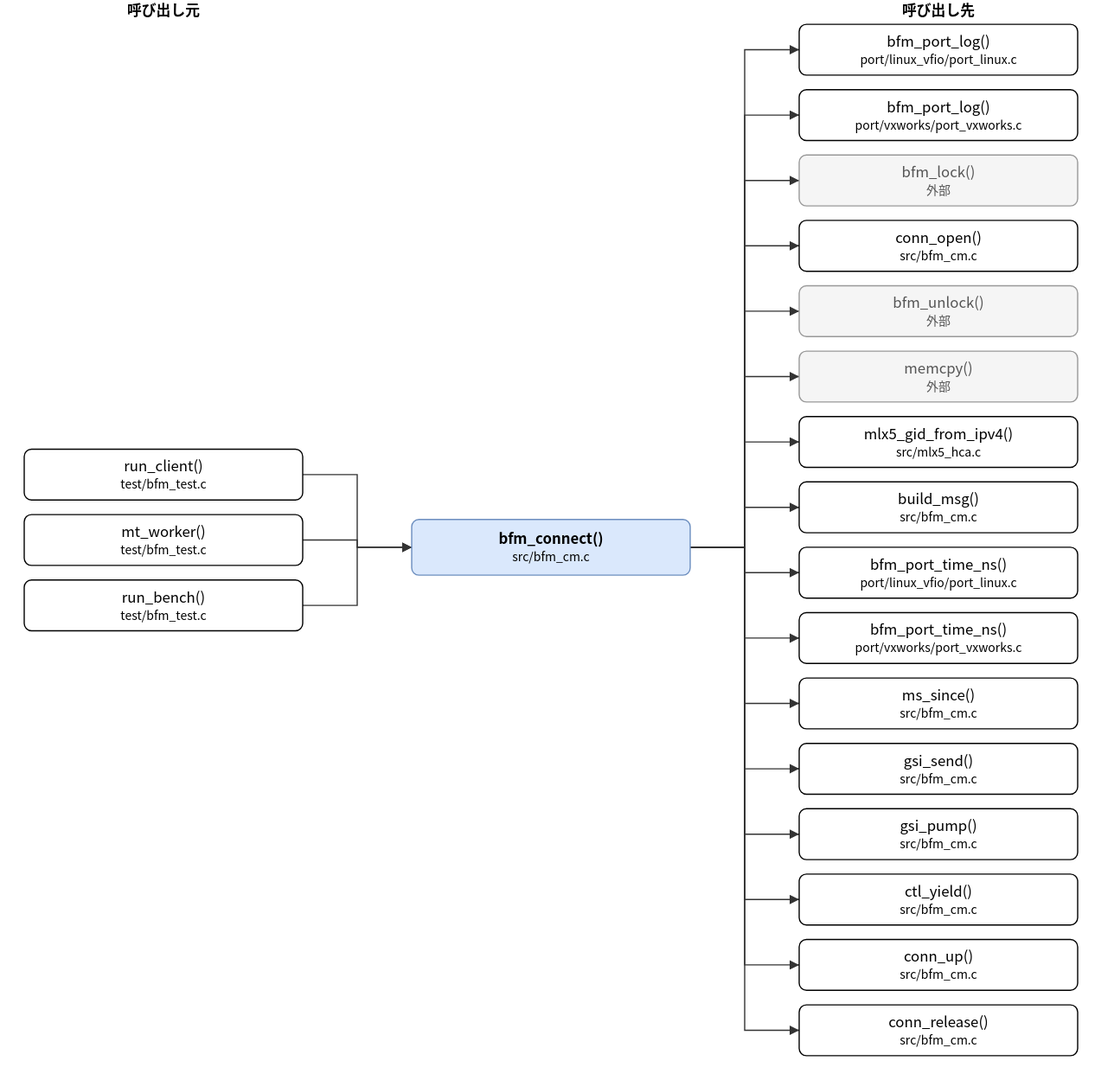
Above: doc/spec/images/call_src_bfm_cm-bfm_connect.drawio.svg in hf355051012-ai/bfmem (draw.io), before the change. Source tidied: cells renumbered, new cells last; positions are measured from the earlier drawing's top-left corner, leaving out a move shared by most shapes.
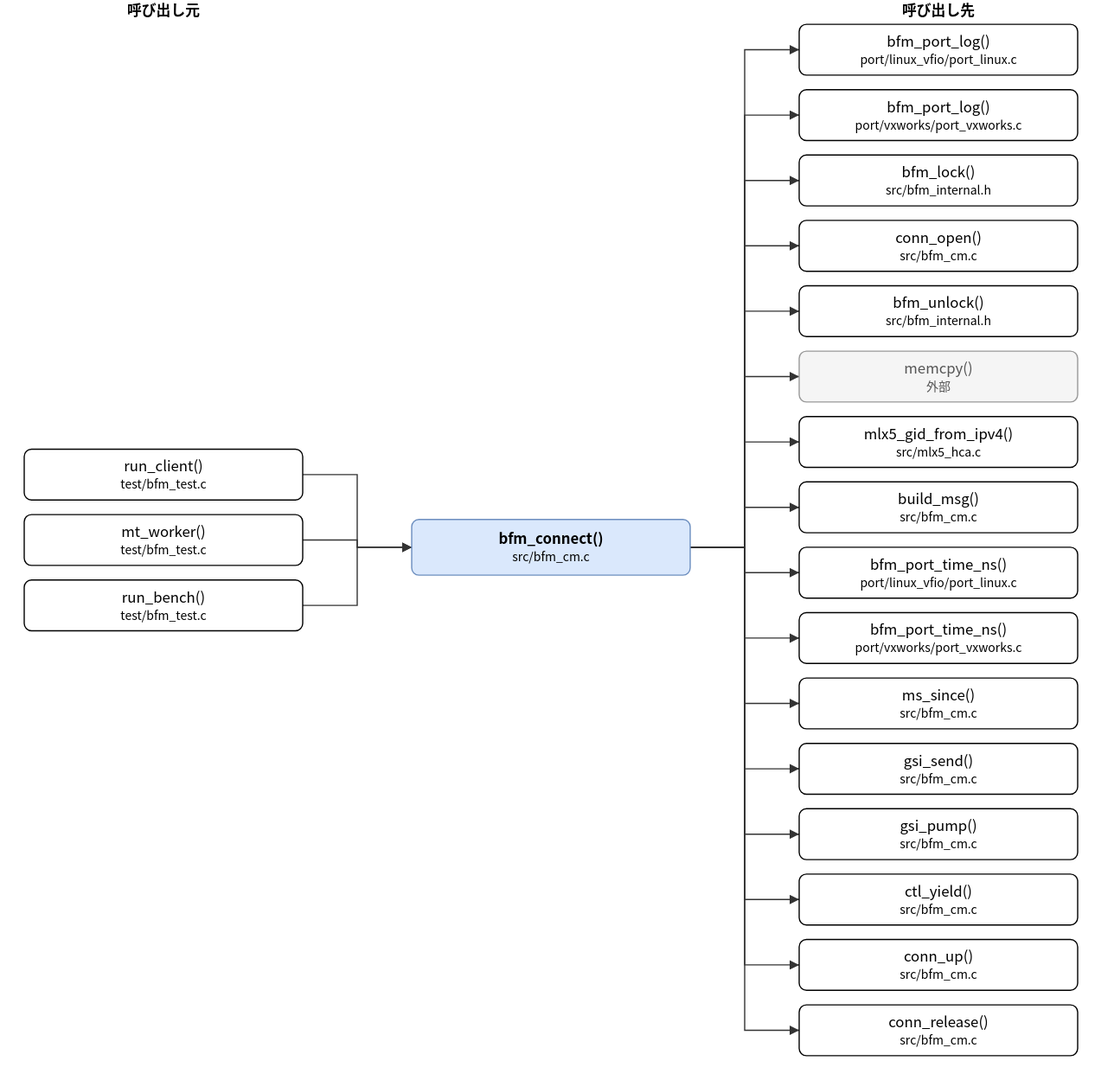
After the change.

Diff of the diagram source:
```diff
@@ -20,13 +20,13 @@
     <mxCell id="7" value="bfm_port_log()&lt;br&gt;&lt;font style=&quot;font-size:10px&quot;&gt;port/vxworks/port_vxworks.c&lt;/font&gt;" style="rounded=1;whiteSpace=wrap;html=1;" parent="1" vertex="1">
       <mxGeometry x="640" y="74" width="230" height="42" as="geometry" />
     </mxCell>
-    <mxCell id="8" value="bfm_lock()&lt;br&gt;&lt;font style=&quot;font-size:10px&quot;&gt;外部&lt;/font&gt;" style="rounded=1;whiteSpace=wrap;html=1;fillColor=#f5f5f5;strokeColor=#999999;fontColor=#555555;" parent="1" vertex="1">
+    <mxCell id="8" value="bfm_lock()&lt;br&gt;&lt;font style=&quot;font-size:10px&quot;&gt;src/bfm_internal.h&lt;/font&gt;" style="rounded=1;whiteSpace=wrap;html=1;" parent="1" vertex="1">
       <mxGeometry x="640" y="128" width="230" height="42" as="geometry" />
     </mxCell>
     <mxCell id="9" value="conn_open()&lt;br&gt;&lt;font style=&quot;font-size:10px&quot;&gt;src/bfm_cm.c&lt;/font&gt;" style="rounded=1;whiteSpace=wrap;html=1;" parent="1" vertex="1">
       <mxGeometry x="640" y="182" width="230" height="42" as="geometry" />
     </mxCell>
-    <mxCell id="10" value="bfm_unlock()&lt;br&gt;&lt;font style=&quot;font-size:10px&quot;&gt;外部&lt;/font&gt;" style="rounded=1;whiteSpace=wrap;html=1;fillColor=#f5f5f5;strokeColor=#999999;fontColor=#555555;" parent="1" vertex="1">
+    <mxCell id="10" value="bfm_unlock()&lt;br&gt;&lt;font style=&quot;font-size:10px&quot;&gt;src/bfm_internal.h&lt;/font&gt;" style="rounded=1;whiteSpace=wrap;html=1;" parent="1" vertex="1">
       <mxGeometry x="640" y="236" width="230" height="42" as="geometry" />
     </mxCell>
     <mxCell id="11" value="memcpy()&lt;br&gt;&lt;font style=&quot;font-size:10px&quot;&gt;外部&lt;/font&gt;" style="rounded=1;whiteSpace=wrap;html=1;fillColor=#f5f5f5;strokeColor=#999999;fontColor=#555555;" parent="1" vertex="1">
```
